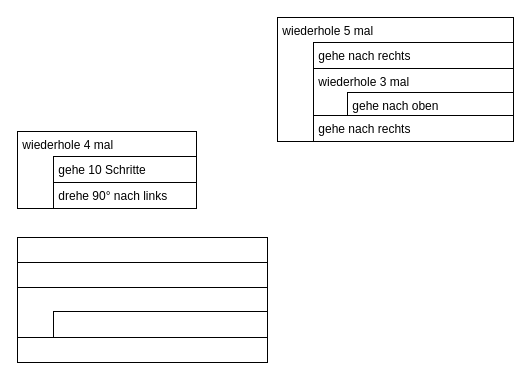
This is page "Wiederholung" (1 of 3) of Jahrgangsstufe 7.drawio from JoernWVSG/diagram, a draw.io file, before an edit. Source tidied: cells renumbered, new cells numbered last; positions are measured from the earlier drawing's top-left corner, leaving out a move shared by most shapes. Both pictures are drawn from the tidied source at 100%, with x=0, y=0 at pixel (17, 17).
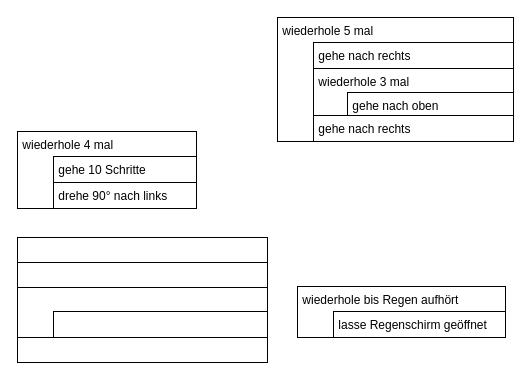
After the change.

What changed in the source:
```diff
@@
 <mxGraphModel>
   <root>
     <mxCell id="0" />
     <mxCell id="1" parent="0" />
     <mxCell id="2" value="&amp;nbsp;wiederhole 4 mal" style="rounded=0;whiteSpace=wrap;html=1;align=left;verticalAlign=top;" parent="1" vertex="1">
       <mxGeometry y="114" width="179" height="77" as="geometry" />
     </mxCell>
     <mxCell id="3" value="&amp;nbsp;gehe 10 Schritte" style="rounded=0;whiteSpace=wrap;html=1;align=left;verticalAlign=top;" parent="1" vertex="1">
       <mxGeometry x="36" y="139" width="143" height="26" as="geometry" />
     </mxCell>
     <mxCell id="4" value="&amp;nbsp;drehe 90° nach links" style="rounded=0;whiteSpace=wrap;html=1;align=left;verticalAlign=top;" parent="1" vertex="1">
       <mxGeometry x="36" y="165" width="143" height="26" as="geometry" />
     </mxCell>
     <mxCell id="5" style="rounded=0;whiteSpace=wrap;html=1;align=left;verticalAlign=top;" parent="1" vertex="1">
       <mxGeometry y="269" width="250" height="51" as="geometry" />
     </mxCell>
     <mxCell id="6" style="rounded=0;whiteSpace=wrap;html=1;align=left;verticalAlign=top;" parent="1" vertex="1">
       <mxGeometry x="36" y="294" width="214" height="26" as="geometry" />
     </mxCell>
     <mxCell id="7" style="rounded=0;whiteSpace=wrap;html=1;align=left;verticalAlign=top;" parent="1" vertex="1">
       <mxGeometry y="245" width="250" height="25" as="geometry" />
     </mxCell>
     <mxCell id="8" style="rounded=0;whiteSpace=wrap;html=1;align=left;verticalAlign=top;" parent="1" vertex="1">
       <mxGeometry y="220" width="250" height="25" as="geometry" />
     </mxCell>
     <mxCell id="9" style="rounded=0;whiteSpace=wrap;html=1;align=left;verticalAlign=top;" parent="1" vertex="1">
       <mxGeometry y="320" width="250" height="25" as="geometry" />
     </mxCell>
     <mxCell id="10" value="&amp;nbsp;wiederhole 5 mal" style="rounded=0;whiteSpace=wrap;html=1;align=left;verticalAlign=top;" parent="1" vertex="1">
       <mxGeometry x="260" width="236" height="124" as="geometry" />
     </mxCell>
     <mxCell id="11" value="&amp;nbsp;gehe nach rechts" style="rounded=0;whiteSpace=wrap;html=1;align=left;verticalAlign=top;" parent="1" vertex="1">
       <mxGeometry x="296" y="25" width="200" height="26" as="geometry" />
     </mxCell>
     <mxCell id="12" value="&amp;nbsp;wiederhole 3 mal" style="rounded=0;whiteSpace=wrap;html=1;align=left;verticalAlign=top;" parent="1" vertex="1">
       <mxGeometry x="296" y="51" width="200" height="50" as="geometry" />
     </mxCell>
     <mxCell id="13" value="&amp;nbsp;gehe nach oben" style="rounded=0;whiteSpace=wrap;html=1;align=left;verticalAlign=top;" parent="1" vertex="1">
       <mxGeometry x="330" y="75" width="166" height="26" as="geometry" />
     </mxCell>
     <mxCell id="14" value="&amp;nbsp;gehe nach rechts" style="rounded=0;whiteSpace=wrap;html=1;align=left;verticalAlign=top;" parent="1" vertex="1">
       <mxGeometry x="296" y="98" width="200" height="26" as="geometry" />
     </mxCell>
+    <mxCell id="15" value="&amp;nbsp;wiederhole bis Regen aufhört" style="rounded=0;whiteSpace=wrap;html=1;align=left;verticalAlign=top;" parent="1" vertex="1">
+      <mxGeometry x="280" y="269" width="208" height="51" as="geometry" />
+    </mxCell>
+    <mxCell id="16" value="&amp;nbsp;lasse Regenschirm geöffnet" style="rounded=0;whiteSpace=wrap;html=1;align=left;verticalAlign=top;" parent="1" vertex="1">
+      <mxGeometry x="316" y="294" width="172" height="26" as="geometry" />
+    </mxCell>
   </root>
 </mxGraphModel>
```
